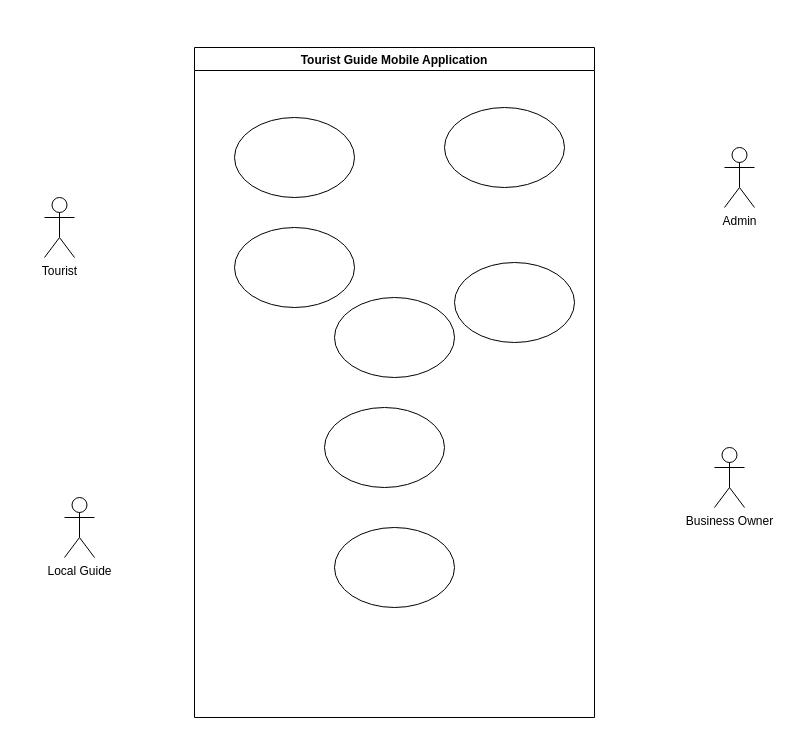
The draw.io diagram appusecase.drawio in Dinuvi9170/NSBM-Green-University, before the edit. Source tidied: cells renumbered, new cells numbered last; positions are measured from the earlier drawing's top-left corner, leaving out a move shared by most shapes. Both pictures are drawn from the tidied source at 100%, with x=0, y=0 at pixel (44, 47).
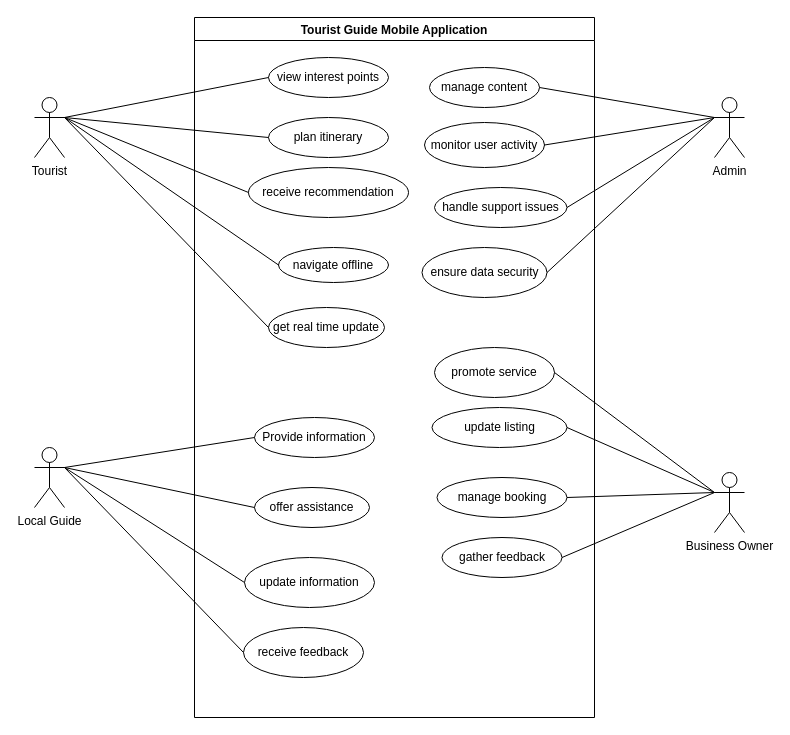
Above is the later version.

Change to the diagram source:
```diff
@@
     <mxCell id="2" value="Tourist Guide Mobile Application" style="swimlane;" parent="1" vertex="1">
-      <mxGeometry x="150" width="400" height="670" as="geometry" />
+      <mxGeometry x="150" y="-30" width="400" height="700" as="geometry" />
     </mxCell>
-    <mxCell id="3" style="ellipse;whiteSpace=wrap;html=1;" parent="2" vertex="1">
-      <mxGeometry x="140" y="250" width="120" height="80" as="geometry" />
+    <mxCell id="3" value="get real time update" style="ellipse;whiteSpace=wrap;html=1;" parent="2" vertex="1">
+      <mxGeometry x="74" y="290" width="116" height="40" as="geometry" />
     </mxCell>
-    <mxCell id="4" style="ellipse;whiteSpace=wrap;html=1;" parent="2" vertex="1">
-      <mxGeometry x="140" y="480" width="120" height="80" as="geometry" />
+    <mxCell id="4" value="handle support issues" style="ellipse;whiteSpace=wrap;html=1;" parent="2" vertex="1">
+      <mxGeometry x="240" y="170" width="132.5" height="40" as="geometry" />
     </mxCell>
-    <mxCell id="5" style="ellipse;whiteSpace=wrap;html=1;" parent="2" vertex="1">
-      <mxGeometry x="130" y="360" width="120" height="80" as="geometry" />
+    <mxCell id="5" value="Provide information" style="ellipse;whiteSpace=wrap;html=1;" parent="2" vertex="1">
+      <mxGeometry x="60" y="400" width="120" height="40" as="geometry" />
     </mxCell>
-    <mxCell id="6" style="ellipse;whiteSpace=wrap;html=1;" parent="2" vertex="1">
-      <mxGeometry x="40" y="180" width="120" height="80" as="geometry" />
+    <mxCell id="6" value="receive recommendation" style="ellipse;whiteSpace=wrap;html=1;" parent="2" vertex="1">
+      <mxGeometry x="54" y="150" width="160" height="50" as="geometry" />
     </mxCell>
-    <mxCell id="7" style="ellipse;whiteSpace=wrap;html=1;" parent="2" vertex="1">
-      <mxGeometry x="260" y="215" width="120" height="80" as="geometry" />
+    <mxCell id="7" value="navigate offline" style="ellipse;whiteSpace=wrap;html=1;" parent="2" vertex="1">
+      <mxGeometry x="84" y="230" width="110" height="35" as="geometry" />
     </mxCell>
-    <mxCell id="8" style="ellipse;whiteSpace=wrap;html=1;" parent="2" vertex="1">
-      <mxGeometry x="250" y="60" width="120" height="80" as="geometry" />
+    <mxCell id="8" value="plan itinerary" style="ellipse;whiteSpace=wrap;html=1;" parent="2" vertex="1">
+      <mxGeometry x="74" y="100" width="120" height="40" as="geometry" />
     </mxCell>
-    <mxCell id="9" style="ellipse;whiteSpace=wrap;html=1;" parent="2" vertex="1">
-      <mxGeometry x="40" y="70" width="120" height="80" as="geometry" />
+    <mxCell id="9" value="view interest points" style="ellipse;whiteSpace=wrap;html=1;" parent="2" vertex="1">
+      <mxGeometry x="74" y="40" width="120" height="40" as="geometry" />
     </mxCell>
+    <mxCell id="14" value="offer assistance" style="ellipse;whiteSpace=wrap;html=1;" parent="2" vertex="1">
+      <mxGeometry x="60" y="470" width="115" height="40" as="geometry" />
+    </mxCell>
+    <mxCell id="15" value="update information" style="ellipse;whiteSpace=wrap;html=1;" parent="2" vertex="1">
+      <mxGeometry x="50" y="540" width="130" height="50" as="geometry" />
+    </mxCell>
+    <mxCell id="16" value="receive feedback" style="ellipse;whiteSpace=wrap;html=1;" parent="2" vertex="1">
+      <mxGeometry x="49" y="610" width="120" height="50" as="geometry" />
+    </mxCell>
+    <mxCell id="17" value="manage content" style="ellipse;whiteSpace=wrap;html=1;" parent="2" vertex="1">
+      <mxGeometry x="235" y="50" width="110" height="40" as="geometry" />
+    </mxCell>
+    <mxCell id="18" value="monitor user activity" style="ellipse;whiteSpace=wrap;html=1;" parent="2" vertex="1">
+      <mxGeometry x="230" y="105" width="120" height="45" as="geometry" />
+    </mxCell>
+    <mxCell id="19" value="manage booking" style="ellipse;whiteSpace=wrap;html=1;" parent="2" vertex="1">
+      <mxGeometry x="242.5" y="460" width="130" height="40" as="geometry" />
+    </mxCell>
+    <mxCell id="20" value="ensure data security" style="ellipse;whiteSpace=wrap;html=1;" parent="2" vertex="1">
+      <mxGeometry x="227.5" y="230" width="125" height="50" as="geometry" />
+    </mxCell>
+    <mxCell id="21" value="promote service" style="ellipse;whiteSpace=wrap;html=1;" parent="2" vertex="1">
+      <mxGeometry x="240" y="330" width="120" height="50" as="geometry" />
+    </mxCell>
+    <mxCell id="22" value="gather feedback" style="ellipse;whiteSpace=wrap;html=1;" parent="2" vertex="1">
+      <mxGeometry x="247.5" y="520" width="120" height="40" as="geometry" />
+    </mxCell>
+    <mxCell id="23" value="update listing" style="ellipse;whiteSpace=wrap;html=1;" parent="2" vertex="1">
+      <mxGeometry x="237.5" y="390" width="135" height="40" as="geometry" />
+    </mxCell>
     <mxCell id="10" value="Tourist" style="shape=umlActor;verticalLabelPosition=bottom;verticalAlign=top;html=1;" parent="1" vertex="1">
-      <mxGeometry y="150" width="30" height="60" as="geometry" />
+      <mxGeometry x="-10" y="50" width="30" height="60" as="geometry" />
     </mxCell>
     <mxCell id="11" value="Local Guide" style="shape=umlActor;verticalLabelPosition=bottom;verticalAlign=top;html=1;" parent="1" vertex="1">
-      <mxGeometry x="20" y="450" width="30" height="60" as="geometry" />
+      <mxGeometry x="-10" y="400" width="30" height="60" as="geometry" />
     </mxCell>
     <mxCell id="12" value="Business Owner" style="shape=umlActor;verticalLabelPosition=bottom;verticalAlign=top;html=1;" parent="1" vertex="1">
-      <mxGeometry x="670" y="400" width="30" height="60" as="geometry" />
+      <mxGeometry x="670" y="425" width="30" height="60" as="geometry" />
     </mxCell>
     <mxCell id="13" value="Admin" style="shape=umlActor;verticalLabelPosition=bottom;verticalAlign=top;html=1;" parent="1" vertex="1">
-      <mxGeometry x="680" y="100" width="30" height="60" as="geometry" />
+      <mxGeometry x="670" y="50" width="30" height="60" as="geometry" />
     </mxCell>
+    <mxCell id="24" style="endArrow=none;html=1;rounded=0;exitX=1;exitY=0.3333333333333333;exitDx=0;exitDy=0;exitPerimeter=0;entryX=0;entryY=0.5;entryDx=0;entryDy=0;" parent="1" edge="1" source="10" target="9">
+      <mxGeometry relative="1" as="geometry" />
+    </mxCell>
+    <mxCell id="25" style="endArrow=none;html=1;rounded=0;exitX=1;exitY=0.3333333333333333;exitDx=0;exitDy=0;exitPerimeter=0;entryX=0;entryY=0.5;entryDx=0;entryDy=0;" parent="1" edge="1" source="10" target="8">
+      <mxGeometry relative="1" as="geometry" />
+    </mxCell>
+    <mxCell id="26" style="endArrow=none;html=1;rounded=0;exitX=1;exitY=0.3333333333333333;exitDx=0;exitDy=0;exitPerimeter=0;entryX=0;entryY=0.5;entryDx=0;entryDy=0;" parent="1" edge="1" source="10" target="6">
+      <mxGeometry relative="1" as="geometry" />
+    </mxCell>
+    <mxCell id="27" style="endArrow=none;html=1;rounded=0;exitX=1;exitY=0.3333333333333333;exitDx=0;exitDy=0;exitPerimeter=0;entryX=0;entryY=0.5;entryDx=0;entryDy=0;" parent="1" edge="1" source="10" target="7">
+      <mxGeometry relative="1" as="geometry" />
+    </mxCell>
+    <mxCell id="28" style="endArrow=none;html=1;rounded=0;exitX=1;exitY=0.3333333333333333;exitDx=0;exitDy=0;exitPerimeter=0;entryX=0;entryY=0.5;entryDx=0;entryDy=0;" parent="1" edge="1" source="10" target="3">
+      <mxGeometry relative="1" as="geometry" />
+    </mxCell>
+    <mxCell id="29" style="endArrow=none;html=1;rounded=0;exitX=1;exitY=0.3333333333333333;exitDx=0;exitDy=0;exitPerimeter=0;entryX=0;entryY=0.5;entryDx=0;entryDy=0;" parent="1" edge="1" source="11" target="5">
+      <mxGeometry relative="1" as="geometry" />
+    </mxCell>
+    <mxCell id="30" style="endArrow=none;html=1;rounded=0;exitX=1;exitY=0.3333333333333333;exitDx=0;exitDy=0;exitPerimeter=0;entryX=0;entryY=0.5;entryDx=0;entryDy=0;" parent="1" edge="1" source="11" target="14">
+      <mxGeometry relative="1" as="geometry" />
+    </mxCell>
+    <mxCell id="31" style="endArrow=none;html=1;rounded=0;exitX=1;exitY=0.3333333333333333;exitDx=0;exitDy=0;exitPerimeter=0;entryX=0;entryY=0.5;entryDx=0;entryDy=0;" parent="1" edge="1" source="11" target="15">
+      <mxGeometry relative="1" as="geometry" />
+    </mxCell>
+    <mxCell id="32" style="endArrow=none;html=1;rounded=0;exitX=1;exitY=0.3333333333333333;exitDx=0;exitDy=0;exitPerimeter=0;entryX=0;entryY=0.5;entryDx=0;entryDy=0;" parent="1" edge="1" source="11" target="16">
+      <mxGeometry relative="1" as="geometry" />
+    </mxCell>
+    <mxCell id="33" style="endArrow=none;html=1;rounded=0;exitX=1;exitY=0.5;exitDx=0;exitDy=0;entryX=0;entryY=0.3333333333333333;entryDx=0;entryDy=0;entryPerimeter=0;" parent="1" edge="1" source="17" target="13">
+      <mxGeometry relative="1" as="geometry" />
+    </mxCell>
+    <mxCell id="34" style="endArrow=none;html=1;rounded=0;exitX=1;exitY=0.5;exitDx=0;exitDy=0;entryX=0;entryY=0.3333333333333333;entryDx=0;entryDy=0;entryPerimeter=0;" parent="1" edge="1" source="18" target="13">
+      <mxGeometry relative="1" as="geometry" />
+    </mxCell>
+    <mxCell id="35" style="endArrow=none;html=1;rounded=0;exitX=1;exitY=0.5;exitDx=0;exitDy=0;entryX=0;entryY=0.3333333333333333;entryDx=0;entryDy=0;entryPerimeter=0;" parent="1" edge="1" source="4" target="13">
+      <mxGeometry relative="1" as="geometry" />
+    </mxCell>
+    <mxCell id="36" style="endArrow=none;html=1;rounded=0;exitX=1;exitY=0.5;exitDx=0;exitDy=0;entryX=0;entryY=0.3333333333333333;entryDx=0;entryDy=0;entryPerimeter=0;" parent="1" edge="1" source="20" target="13">
+      <mxGeometry relative="1" as="geometry" />
+    </mxCell>
+    <mxCell id="37" style="endArrow=none;html=1;rounded=0;exitX=1;exitY=0.5;exitDx=0;exitDy=0;entryX=0;entryY=0.3333333333333333;entryDx=0;entryDy=0;entryPerimeter=0;" parent="1" edge="1" source="21" target="12">
+      <mxGeometry relative="1" as="geometry" />
+    </mxCell>
+    <mxCell id="38" style="endArrow=none;html=1;rounded=0;exitX=1;exitY=0.5;exitDx=0;exitDy=0;entryX=0;entryY=0.3333333333333333;entryDx=0;entryDy=0;entryPerimeter=0;" parent="1" edge="1" source="23" target="12">
+      <mxGeometry relative="1" as="geometry" />
+    </mxCell>
+    <mxCell id="39" style="endArrow=none;html=1;rounded=0;exitX=1;exitY=0.5;exitDx=0;exitDy=0;entryX=0;entryY=0.3333333333333333;entryDx=0;entryDy=0;entryPerimeter=0;" parent="1" edge="1" source="19" target="12">
+      <mxGeometry relative="1" as="geometry" />
+    </mxCell>
+    <mxCell id="40" style="endArrow=none;html=1;rounded=0;exitX=1;exitY=0.5;exitDx=0;exitDy=0;entryX=0;entryY=0.3333333333333333;entryDx=0;entryDy=0;entryPerimeter=0;" parent="1" edge="1" source="22" target="12">
+      <mxGeometry relative="1" as="geometry" />
+    </mxCell>
```
